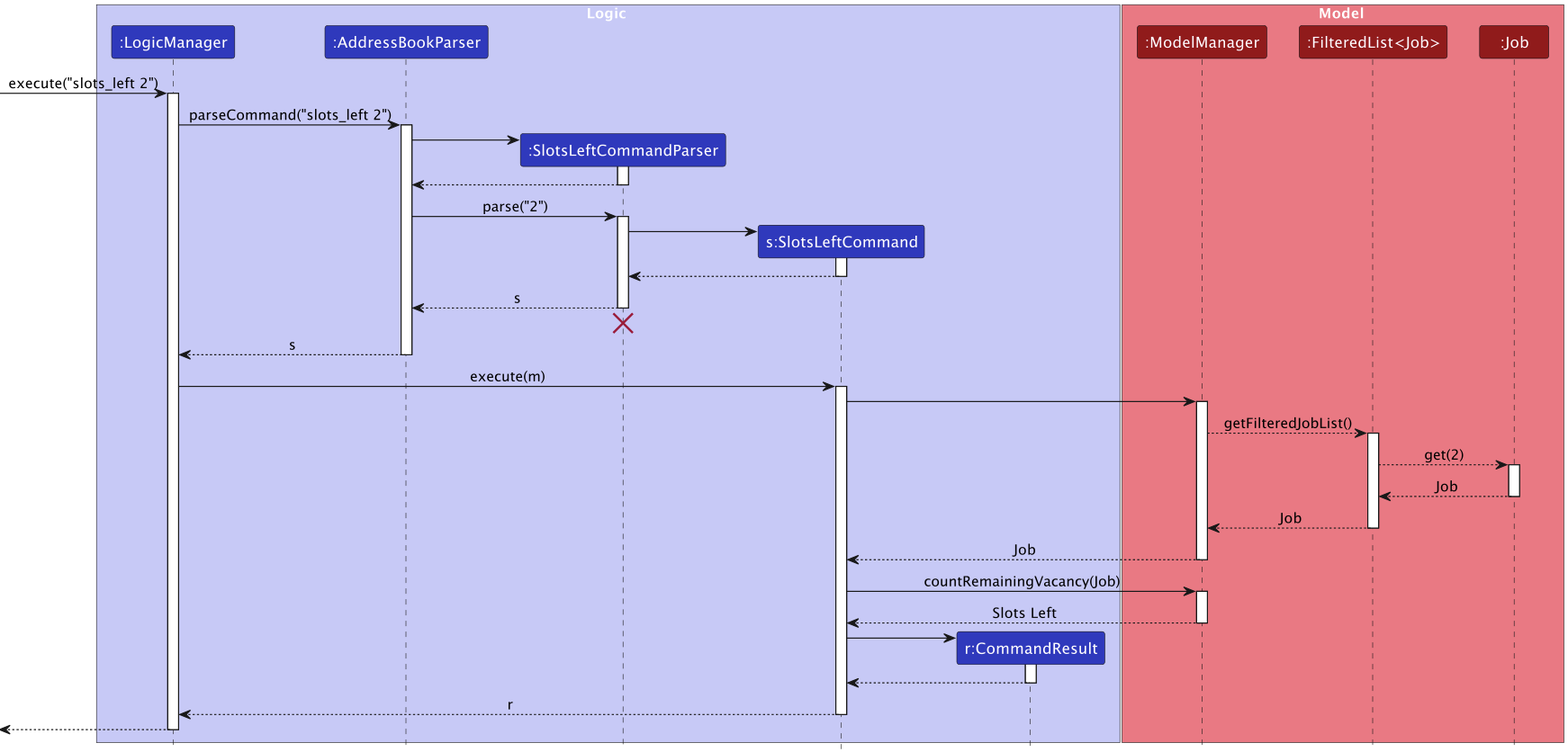
Above: docs/images/SlotsLeftSequenceDiagram.png in leeweiming3/tp (PlantUML), before the change. Its source is kept beside it as docs/diagrams/SlotsLeftSequenceDiagram.puml. The source it was exported from:
```plantuml
@startuml
!include style.puml
skinparam ArrowFontStyle plain

box Logic LOGIC_COLOR_T1
participant ":LogicManager" as LogicManager LOGIC_COLOR
participant ":AddressBookParser" as AddressBookParser LOGIC_COLOR
participant ":SlotsLeftCommandParser" as SlotsLeftCommandParser LOGIC_COLOR
participant "s:SlotsLeftCommand" as SlotsLeftCommand LOGIC_COLOR
participant "r:CommandResult" as CommandResult LOGIC_COLOR
end box

box Model MODEL_COLOR_T1
participant ":ModelManager" as ModelManager MODEL_COLOR
participant ":FilteredList<Job>" as FilteredList MODEL_COLOR
participant ":Job" as Job MODEL_COLOR
end box

[-> LogicManager : execute("slots_left 2")
activate LogicManager

LogicManager -> AddressBookParser : parseCommand("slots_left 2")
activate AddressBookParser

create SlotsLeftCommandParser
AddressBookParser -> SlotsLeftCommandParser
activate SlotsLeftCommandParser

SlotsLeftCommandParser --> AddressBookParser
deactivate SlotsLeftCommandParser

AddressBookParser -> SlotsLeftCommandParser : parse("2")
activate SlotsLeftCommandParser

create SlotsLeftCommand
SlotsLeftCommandParser -> SlotsLeftCommand
activate SlotsLeftCommand

SlotsLeftCommand --> SlotsLeftCommandParser :
deactivate SlotsLeftCommand

SlotsLeftCommandParser --> AddressBookParser : s
deactivate SlotsLeftCommandParser
SlotsLeftCommandParser -[hidden]-> AddressBookParser
destroy SlotsLeftCommandParser

AddressBookParser --> LogicManager : s
deactivate AddressBookParser

LogicManager -> SlotsLeftCommand : execute(m)
activate SlotsLeftCommand

SlotsLeftCommand -> ModelManager
activate ModelManager

ModelManager --> FilteredList : getFilteredJobList()
activate FilteredList

FilteredList --> Job : get(2)
activate Job

Job --> FilteredList : Job
deactivate Job

FilteredList --> ModelManager : Job
deactivate FilteredList

ModelManager --> SlotsLeftCommand : Job
deactivate ModelManager

SlotsLeftCommand -> ModelManager : countRemainingVacancy(Job)
activate ModelManager

ModelManager --> SlotsLeftCommand : Slots Left
deactivate ModelManager

create CommandResult
SlotsLeftCommand -> CommandResult
activate CommandResult

CommandResult --> SlotsLeftCommand
deactivate CommandResult

SlotsLeftCommand --> LogicManager : r
deactivate SlotsLeftCommand

[<--LogicManager
deactivate LogicManager
@enduml
```
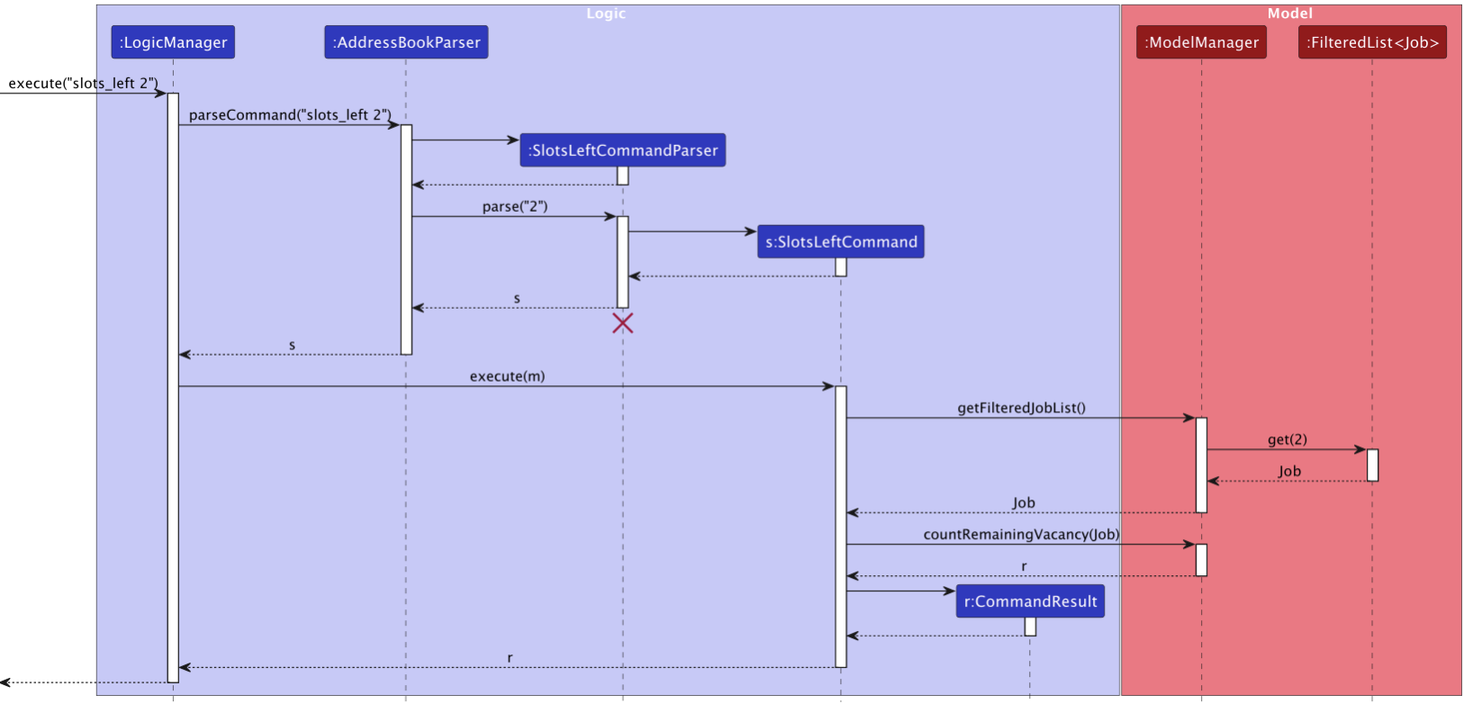
Above is the later version.

Commit message:
Fix incorrect UML diagram

Change to the diagram source:
```diff
@@ -13,7 +13,6 @@
 box Model MODEL_COLOR_T1
 participant ":ModelManager" as ModelManager MODEL_COLOR
 participant ":FilteredList<Job>" as FilteredList MODEL_COLOR
-participant ":Job" as Job MODEL_COLOR
 end box
 
 [-> LogicManager : execute("slots_left 2")
@@ -50,17 +49,11 @@
 LogicManager -> SlotsLeftCommand : execute(m)
 activate SlotsLeftCommand
 
-SlotsLeftCommand -> ModelManager
+SlotsLeftCommand -> ModelManager : getFilteredJobList()
 activate ModelManager
 
-ModelManager --> FilteredList : getFilteredJobList()
+ModelManager -> FilteredList : get(2)
 activate FilteredList
-
-FilteredList --> Job : get(2)
-activate Job
-
-Job --> FilteredList : Job
-deactivate Job
 
 FilteredList --> ModelManager : Job
 deactivate FilteredList
@@ -71,7 +64,7 @@
 SlotsLeftCommand -> ModelManager : countRemainingVacancy(Job)
 activate ModelManager
 
-ModelManager --> SlotsLeftCommand : Slots Left
+ModelManager --> SlotsLeftCommand : r
 deactivate ModelManager
 
 create CommandResult
```
